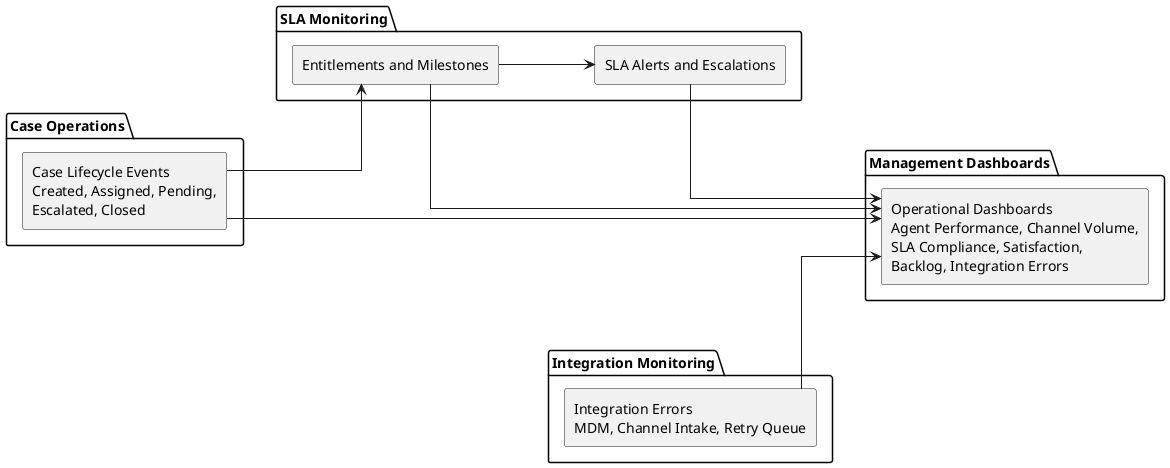
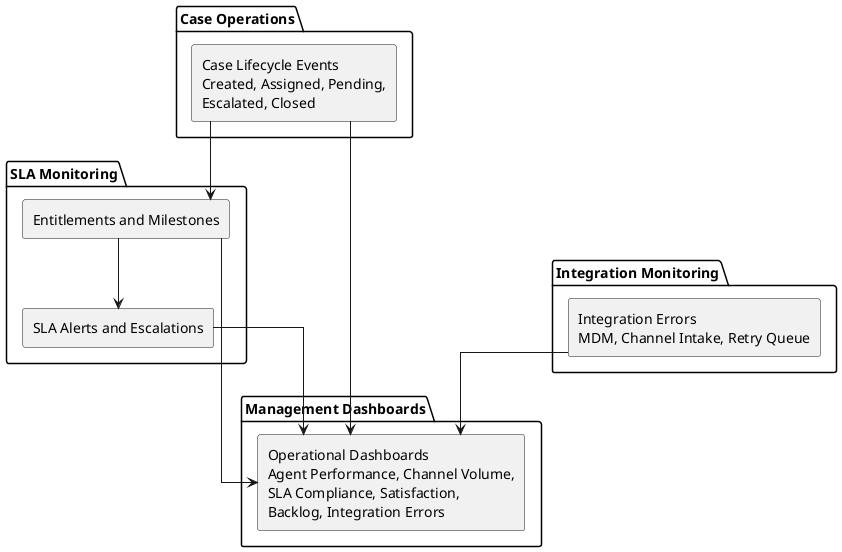
@startuml
- left to right direction
skinparam componentStyle rectangle
skinparam linetype ortho
- skinparam nodesep 60
- skinparam ranksep 65
+ skinparam nodesep 70
+ skinparam ranksep 60

package "Case Operations" {
  [Case Lifecycle Events\nCreated, Assigned, Pending,\nEscalated, Closed] as CaseEvents
}

package "SLA Monitoring" {
  [Entitlements and Milestones] as Milestones
  [SLA Alerts and Escalations] as SlaAlerts
}

package "Integration Monitoring" {
  [Integration Errors\nMDM, Channel Intake, Retry Queue] as IntegrationErrors
}

package "Management Dashboards" {
  [Operational Dashboards\nAgent Performance, Channel Volume,\nSLA Compliance, Satisfaction,\nBacklog, Integration Errors] as Dashboards
}

CaseEvents --> Milestones
Milestones --> SlaAlerts
CaseEvents --> Dashboards
Milestones --> Dashboards
SlaAlerts --> Dashboards
IntegrationErrors --> Dashboards

@enduml
